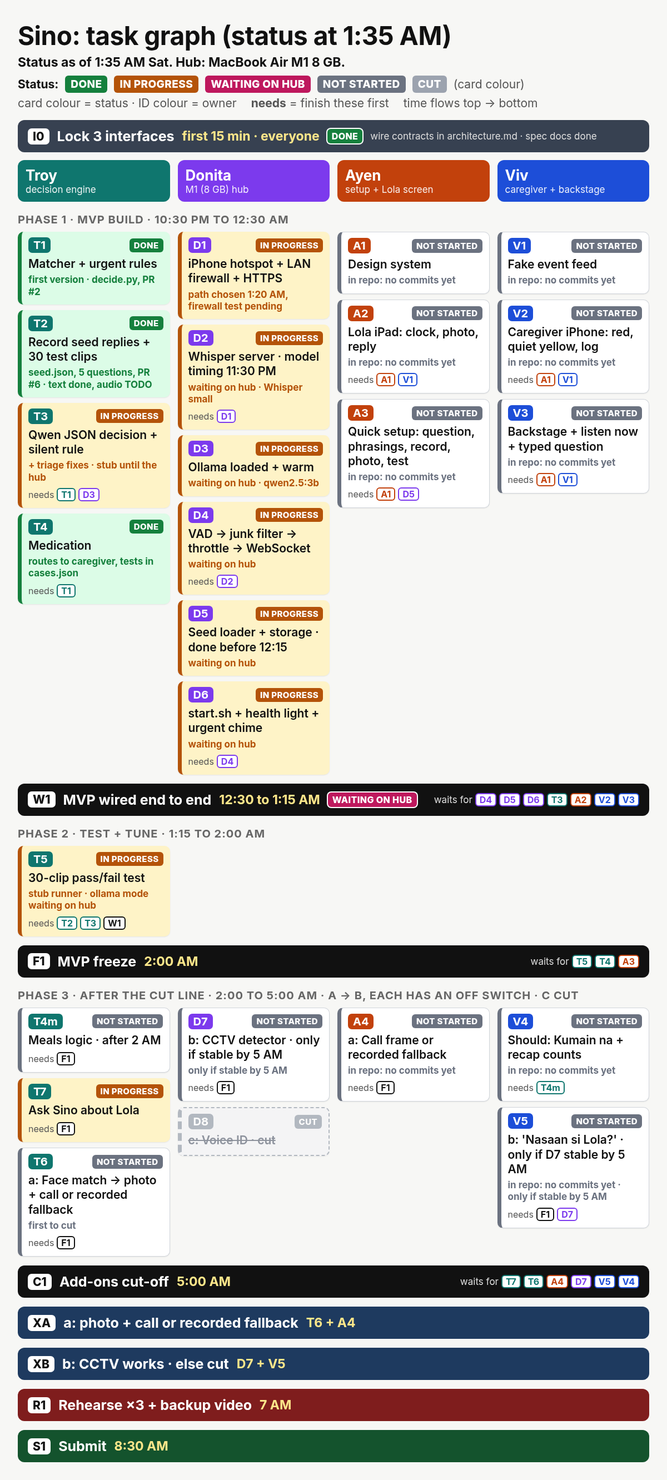
Before: docs/sino/task-graph.png, a diagram exported from Mermaid (Troy-LL/appsolutely). Its source is kept beside it as docs/sino/task-graph.mmd.
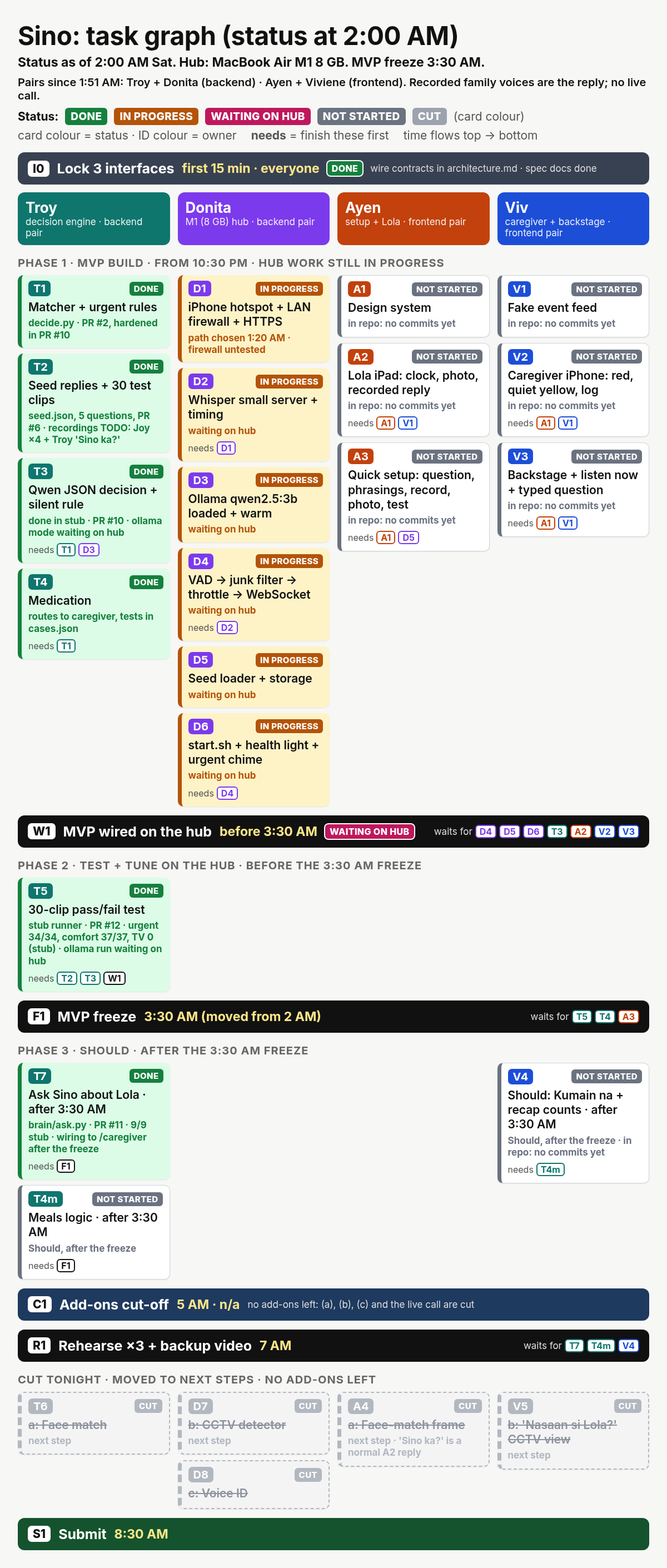
The same diagram one commit later.

What changed in the source:
```diff
@@ -1,40 +1,44 @@
 flowchart TD
   I0[I0 Lock 3 interfaces · 15 min · all<br/>✓ done: wire contracts in architecture.md]
 
-  subgraph Troy["Troy · decision engine"]
-    T1[T1 Matcher + urgent rules<br/>✓ first version, decide.py PR #2]
-    T2[T2 Record seed replies + 30 test clips<br/>✓ text done, audio TODO · PR #6]
-    T3[T3 Qwen JSON decision + silent rule<br/>in progress: + triage fixes, stub until hub]
-    T4[T4 Medication<br/>✓ routes to caregiver, tests in cases.json]
-    T4m[Meals logic · after 2 AM]
-    T5[T5 30-clip pass/fail test<br/>in progress: stub runner · ollama mode waits on hub]
-    T7[T7 Ask Sino about Lola<br/>in progress]
-    T6[T6 a: Face match → photo + call or recorded fallback<br/>first to cut]
+  subgraph Backend["Backend pair · Troy + Donita"]
+    subgraph Troy["Troy · decision engine"]
+      T1[T1 Matcher + urgent rules<br/>✓ decide.py · PR #2, hardened PR #10]
+      T2[T2 Seed replies + 30 test clips<br/>✓ text done · PR #6 · recordings TODO]
+      T3[T3 Qwen JSON decision + silent rule<br/>✓ done in stub · PR #10 · ollama waits on hub]
+      T4[T4 Medication<br/>✓ routes to caregiver, tests in cases.json]
+      T5[T5 30-clip pass/fail test<br/>✓ stub runner · PR #12 · ollama run waits on hub]
+      T7[T7 Ask Sino about Lola · after 3:30 AM<br/>✓ brain/ask.py · PR #11 · wiring after freeze]
+      T4m[Meals logic · after 3:30 AM]
+      T6[T6 a: Face match<br/>cut · next step]
+    end
+    subgraph Donita["Donita · M1 (8 GB) hub"]
+      D1[D1 iPhone hotspot + LAN firewall + HTTPS<br/>path chosen 1:20 AM · firewall untested]
+      D2[D2 Whisper small server + timing<br/>in progress · waiting on hub]
+      D3[D3 Ollama qwen2.5:3b loaded + warm<br/>in progress · waiting on hub]
+      D4[D4 VAD → junk filter → throttle → WebSocket<br/>in progress · waiting on hub]
+      D5[D5 Seed loader + storage<br/>in progress · waiting on hub]
+      D6[D6 start.sh + health light + urgent chime<br/>in progress · waiting on hub]
+      D7[D7 b: CCTV detector<br/>cut · next step]
+      D8[D8 c: Voice ID<br/>cut]
+    end
   end
-  subgraph Donita["Donita · M1 (8 GB) hub"]
-    D1[D1 iPhone hotspot + LAN firewall + HTTPS<br/>path chosen 1:20 AM, firewall test pending]
-    D2[D2 Whisper server · model timing 11:30 PM<br/>in progress · waiting on hub]
-    D3[D3 Ollama loaded + warm<br/>in progress · waiting on hub]
-    D4[D4 VAD → junk filter → throttle → WebSocket<br/>in progress · waiting on hub]
-    D5[D5 Seed loader + storage · done before 12:15<br/>in progress · waiting on hub]
-    D6[D6 start.sh + health light + urgent chime<br/>in progress · waiting on hub]
-    D7[D7 b: CCTV detector · only if stable by 5 AM]
-    D8[D8 c: Voice ID · cut]
+  subgraph Frontend["Frontend pair · Ayen + Viviene"]
+    subgraph Ayen["Ayen · setup + Lola screen"]
+      A1[A1 Design system<br/>not started in repo]
+      A2[A2 Lola iPad: clock, photo, recorded reply<br/>not started in repo]
+      A3[A3 Quick setup: question, phrasings, record, photo, test<br/>not started in repo]
+      A4[A4 a: Face-match frame<br/>cut · next step]
+    end
+    subgraph Viv["Viviene · caregiver + backstage"]
+      V1[V1 Fake event feed<br/>not started in repo]
+      V2[V2 Caregiver iPhone: red, quiet yellow, log<br/>not started in repo]
+      V3[V3 Backstage + listen now + typed question<br/>not started in repo]
+      V4[V4 Should: Kumain na + recap counts · after 3:30 AM<br/>not started in repo]
+      V5[V5 b: 'Nasaan si Lola?' CCTV view<br/>cut · next step]
+    end
   end
-  subgraph Ayen["Ayen · setup + Lola screen"]
-    A1[A1 Design system<br/>not started in repo]
-    A2[A2 Lola iPad: clock, photo, reply<br/>not started in repo]
-    A3[A3 Quick setup: question, phrasings, record, photo, test<br/>not started in repo]
-    A4[A4 a: Call frame or recorded fallback<br/>not started in repo]
-  end
-  subgraph Viv["Viviene · caregiver + backstage"]
-    V1[V1 Fake event feed<br/>not started in repo]
-    V2[V2 Caregiver iPhone: red, quiet yellow, log<br/>not started in repo]
-    V3[V3 Backstage + listen now + typed question<br/>not started in repo]
-    V4[V4 Should: Kumain na + recap counts<br/>not started in repo]
-    V5[V5 b: 'Nasaan si Lola?' · only if D7 stable by 5 AM<br/>not started in repo]
-  end
-  subgraph Legend["Status at 1:35 AM Sat"]
+  subgraph Legend["Status as of 2:00 AM Sat"]
     L1[Done]
     L2[In progress]
     L3[Waiting on hub]
@@ -51,18 +55,14 @@
   A1 --> A2 & A3 & V2 & V3
   V1 --> A2 & V2 & V3
   D5 --> A3
-  D4 & D5 & D6 & T3 & A2 & V2 & V3 --> W[W1 MVP wired · 12:30–1:15 AM<br/>waiting on hub]
-  W --> T5 --> F[F1 MVP freeze · 2 AM]
+  D4 & D5 & D6 & T3 & A2 & V2 & V3 --> W[W1 MVP wired on the hub · before 3:30 AM<br/>waiting on hub]
+  W --> T5 --> F[F1 MVP freeze · 3:30 AM<br/>moved from 2 AM]
   T4 & A3 --> F
-  F --> T4m --> V4
-  F --> T6 & A4
-  T6 & A4 --> XA[a: photo + call or recorded fallback]
-  XA -.-> D7
-  F --> D7 & V5
-  D7 & V5 --> XB[b: CCTV works · else cut]
-  XA & XB & V4 --> C[C1 Add-ons cut-off · 5 AM]
-  F --> T7 --> C
-  C --> R[R1 Rehearse ×3 + backup video · 7 AM]
+  F --> T7 & T4m
+  T4m --> V4
+  T7 & V4 --> R[R1 Rehearse ×3 + backup video · 7 AM]
+  C[C1 Add-ons cut-off · 5 AM<br/>n/a: no add-ons left]
+  F -.-> C
   R --> S[S1 Submit · 8:30 AM]
 
   classDef done fill:#dcfce7,stroke:#15803d,stroke-width:2px,color:#111
@@ -70,8 +70,8 @@
   classDef hub fill:#fce7f3,stroke:#be185d,stroke-width:2px,color:#111
   classDef todo fill:#ffffff,stroke:#6b7280,color:#111
   classDef cut fill:#f3f4f6,stroke:#9ca3af,stroke-dasharray:5 5,color:#6b7280
-  class I0,T1,T2,T4,L1 done
-  class T3,T5,T7,D1,D2,D3,D4,D5,D6,L2 doing
+  class I0,T1,T2,T3,T4,T5,T7,L1 done
+  class D1,D2,D3,D4,D5,D6,L2 doing
   class W,L3 hub
-  class T4m,T6,D7,A1,A2,A3,A4,V1,V2,V3,V4,V5,XA,XB,F,C,R,S,L4 todo
-  class D8,L5 cut
+  class T4m,A1,A2,A3,V1,V2,V3,V4,F,R,S,L4 todo
+  class T6,A4,D7,V5,D8,C,L5 cut
```
